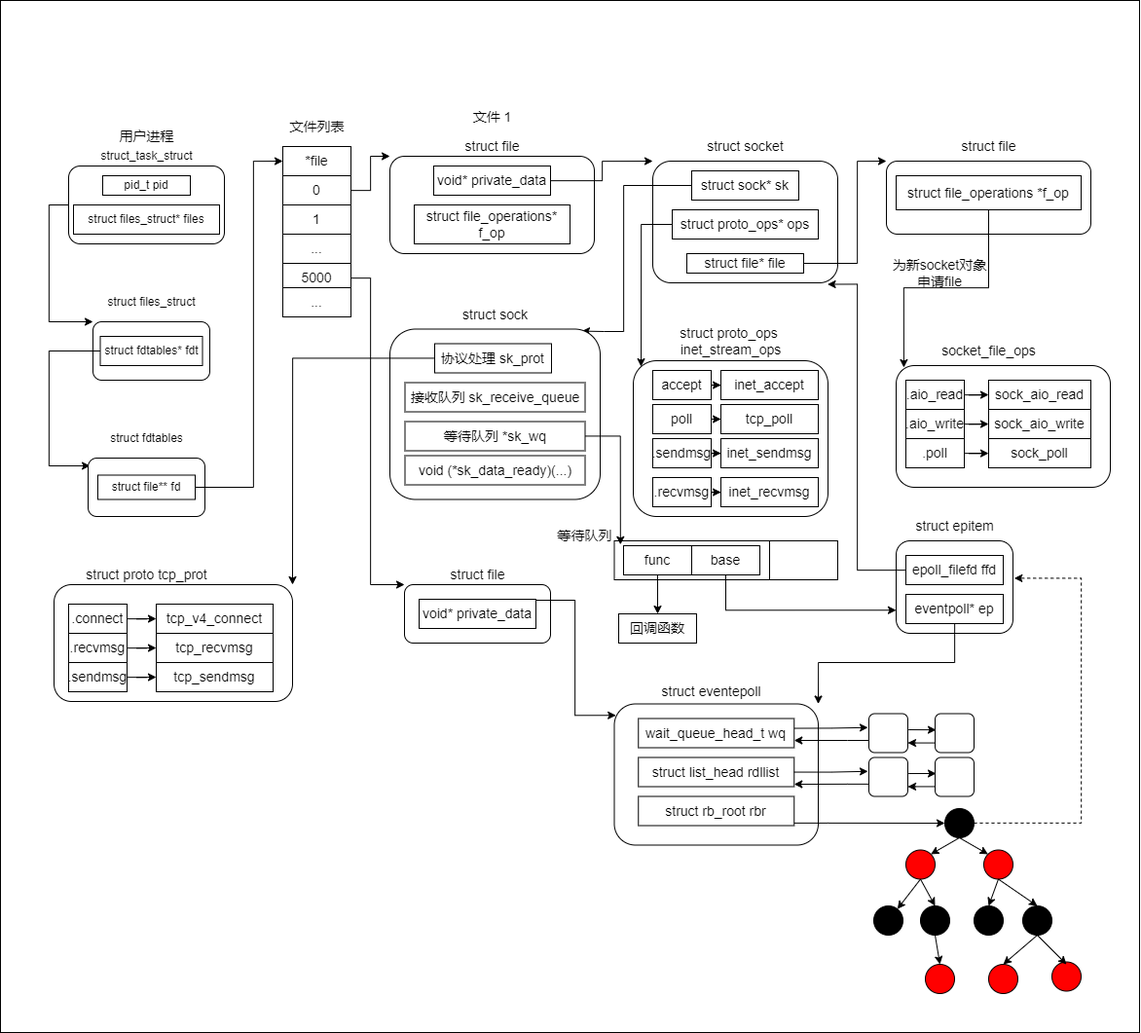
Before: data/epoll.drawio.png, a diagram exported from draw.io (mo-xiaoxiu/imagefrommyblog). Source tidied: cells renumbered, new cells last; positions are measured from the earlier drawing's top-left corner, leaving out a move shared by most shapes.
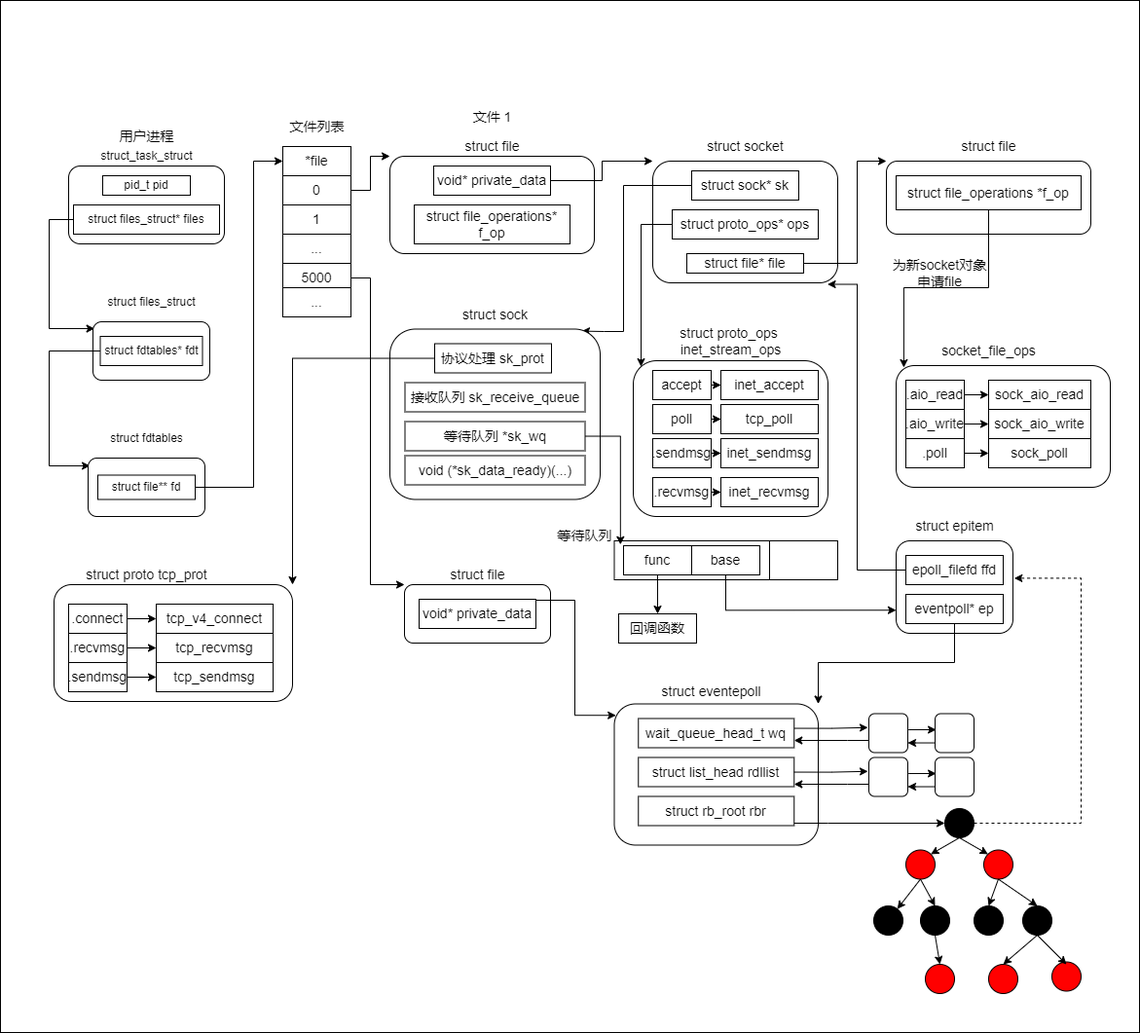
After the commit.

What changed in the source:
```diff
@@ -11,14 +11,6 @@
     <mxCell id="4" value="&lt;font style=&quot;font-size: 14px&quot;&gt;用户进程&lt;/font&gt;" style="text;html=1;align=center;verticalAlign=middle;strokeColor=none;fillColor=none;" parent="1" vertex="1">
       <mxGeometry x="115" y="130" width="70" height="20" as="geometry" />
     </mxCell>
-    <mxCell id="5" style="edgeStyle=orthogonalEdgeStyle;rounded=0;jettySize=auto;html=1;entryX=0;entryY=0;entryDx=0;entryDy=0;" parent="1" edge="1" source="6" target="10">
-      <mxGeometry relative="1" as="geometry">
-        <Array as="points">
-          <mxPoint x="50" y="210" />
-          <mxPoint x="50" y="330" />
-        </Array>
-      </mxGeometry>
-    </mxCell>
     <mxCell id="6" style="rounded=1;whiteSpace=wrap;html=1;" parent="1" vertex="1">
       <mxGeometry x="70" y="170" width="160" height="80" as="geometry" />
     </mxCell>
@@ -28,6 +20,14 @@
     <mxCell id="8" value="pid_t pid" style="rounded=0;whiteSpace=wrap;html=1;" parent="1" vertex="1">
       <mxGeometry x="105" y="180" width="90" height="20" as="geometry" />
     </mxCell>
+    <mxCell id="145" style="edgeStyle=orthogonalEdgeStyle;rounded=0;jettySize=auto;html=1;entryX=0.014;entryY=0.117;entryDx=0;entryDy=0;entryPerimeter=0;fontSize=14;" parent="1" edge="1" source="9" target="10">
+      <mxGeometry relative="1" as="geometry">
+        <Array as="points">
+          <mxPoint x="50" y="225" />
+          <mxPoint x="50" y="337" />
+        </Array>
+      </mxGeometry>
+    </mxCell>
     <mxCell id="9" value="struct files_struct* files" style="rounded=0;whiteSpace=wrap;html=1;" parent="1" vertex="1">
       <mxGeometry x="75" y="210" width="150" height="30" as="geometry" />
     </mxCell>
```
